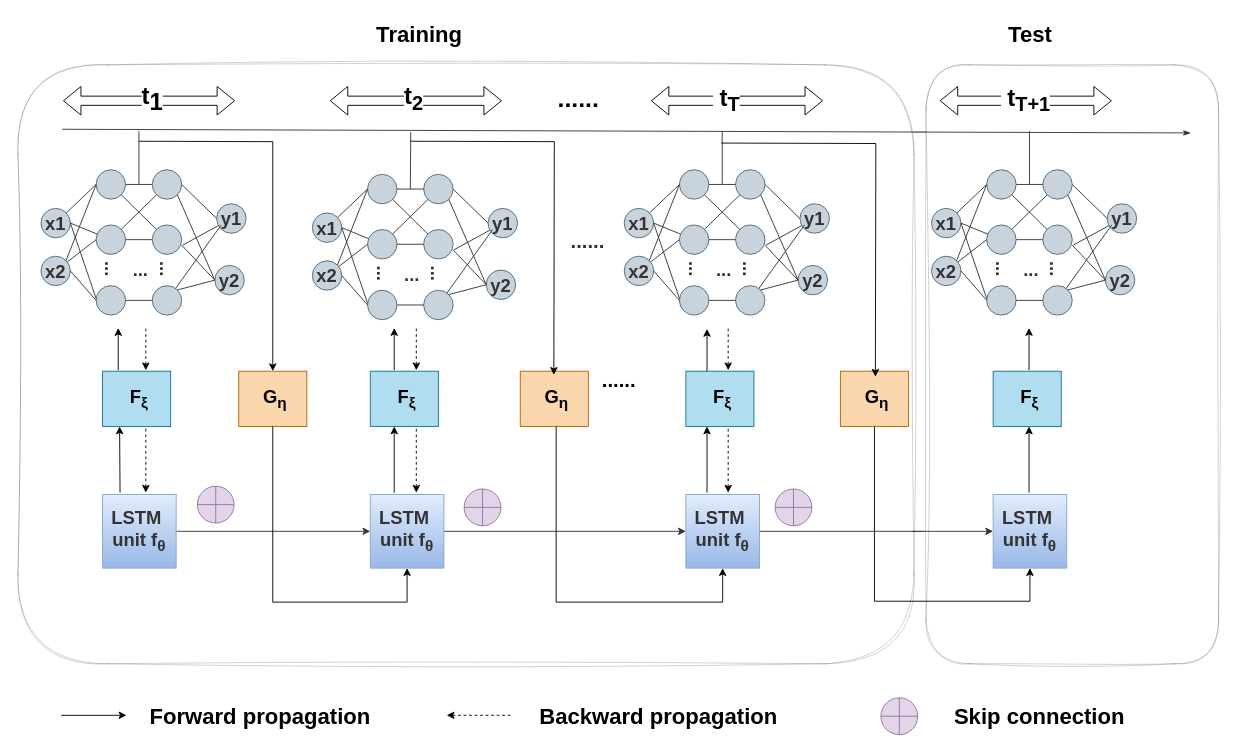
Above: 未命名绘图.drawio in lilang0710/ll (draw.io), before the change. Source tidied: cells renumbered, new cells numbered last; positions are measured from the earlier drawing's top-left corner, leaving out a move shared by most shapes. Both pictures are drawn from the tidied source at 92%, with x=0, y=0 at pixel (17, 16).
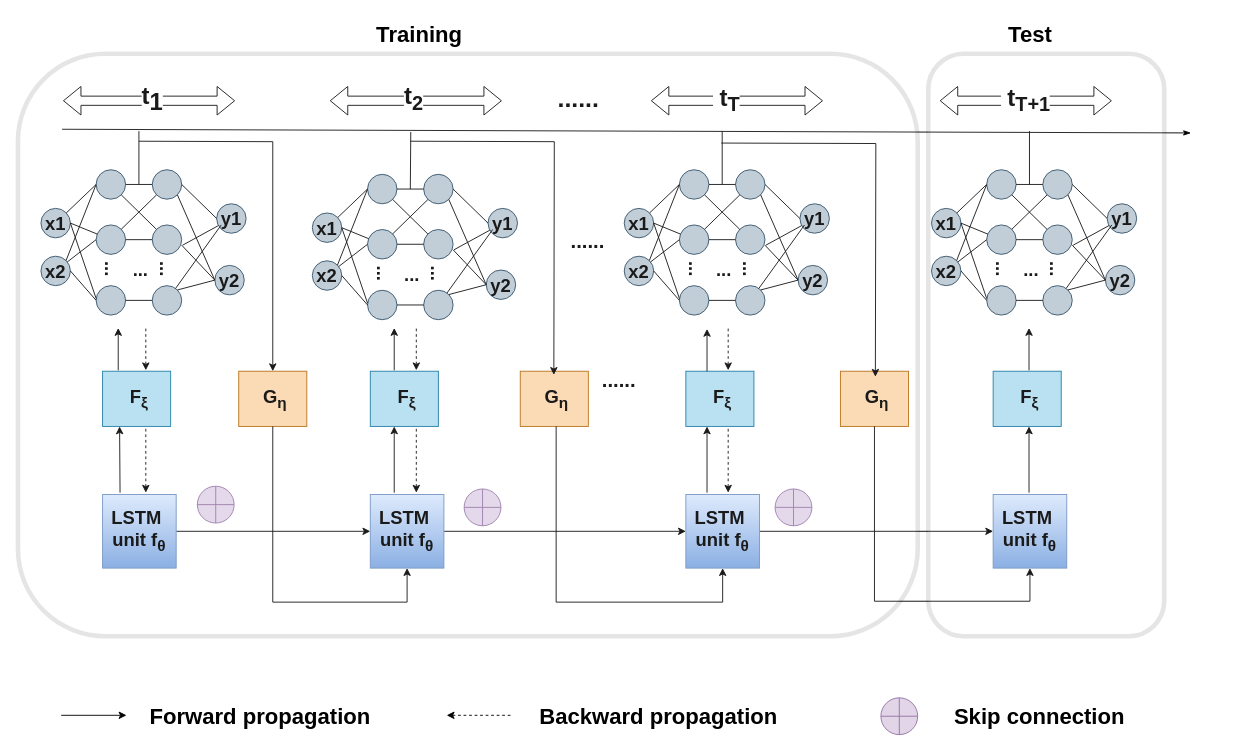
The same page after the edit.

Commit message:
更新未命名绘图.drawio

The edit, as a diff of the source:
```diff
@@
-    <mxCell id="135" style="rounded=1;whiteSpace=wrap;html=1;sketch=1;curveFitting=1;jiggle=2;shadow=0;opacity=20;" parent="1" vertex="1">
-      <mxGeometry y="53" width="974" height="651" as="geometry" />
-    </mxCell>
-    <mxCell id="136" style="rounded=1;whiteSpace=wrap;html=1;sketch=1;curveFitting=1;jiggle=2;shadow=0;opacity=20;" parent="1" vertex="1">
-      <mxGeometry x="987" y="53" width="318" height="651" as="geometry" />
-    </mxCell>
@@
+    <mxCell id="185" style="rounded=1;whiteSpace=wrap;html=1;opacity=10;strokeWidth=5;" parent="1" vertex="1">
+      <mxGeometry y="41" width="978" height="633" as="geometry" />
+    </mxCell>
+    <mxCell id="186" style="rounded=1;whiteSpace=wrap;html=1;opacity=10;strokeWidth=5;" parent="1" vertex="1">
+      <mxGeometry x="989.5" y="41" width="256.5" height="633" as="geometry" />
+    </mxCell>
```
